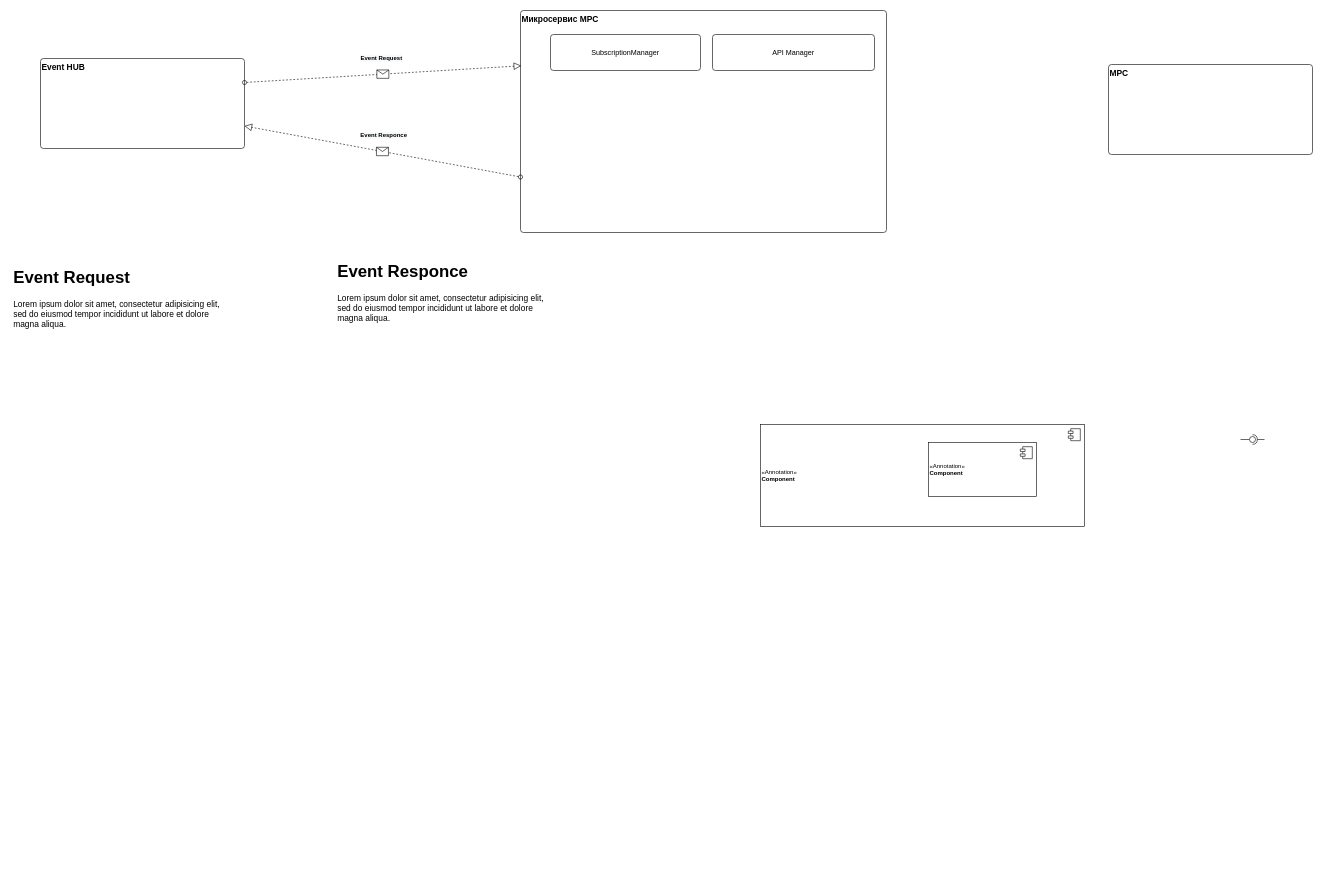
jwkig/expApi keeps this draw.io diagram as page "Проработка микросервиса" (5 of 7) of ExpApiSchematics.drawio. Above is the earlier version. Source tidied: cells renumbered, new cells numbered last; positions are measured from the earlier drawing's top-left corner, leaving out a move shared by most shapes. Both pictures are drawn from the tidied source at 60%, with x=0, y=0 at pixel (10, 10).
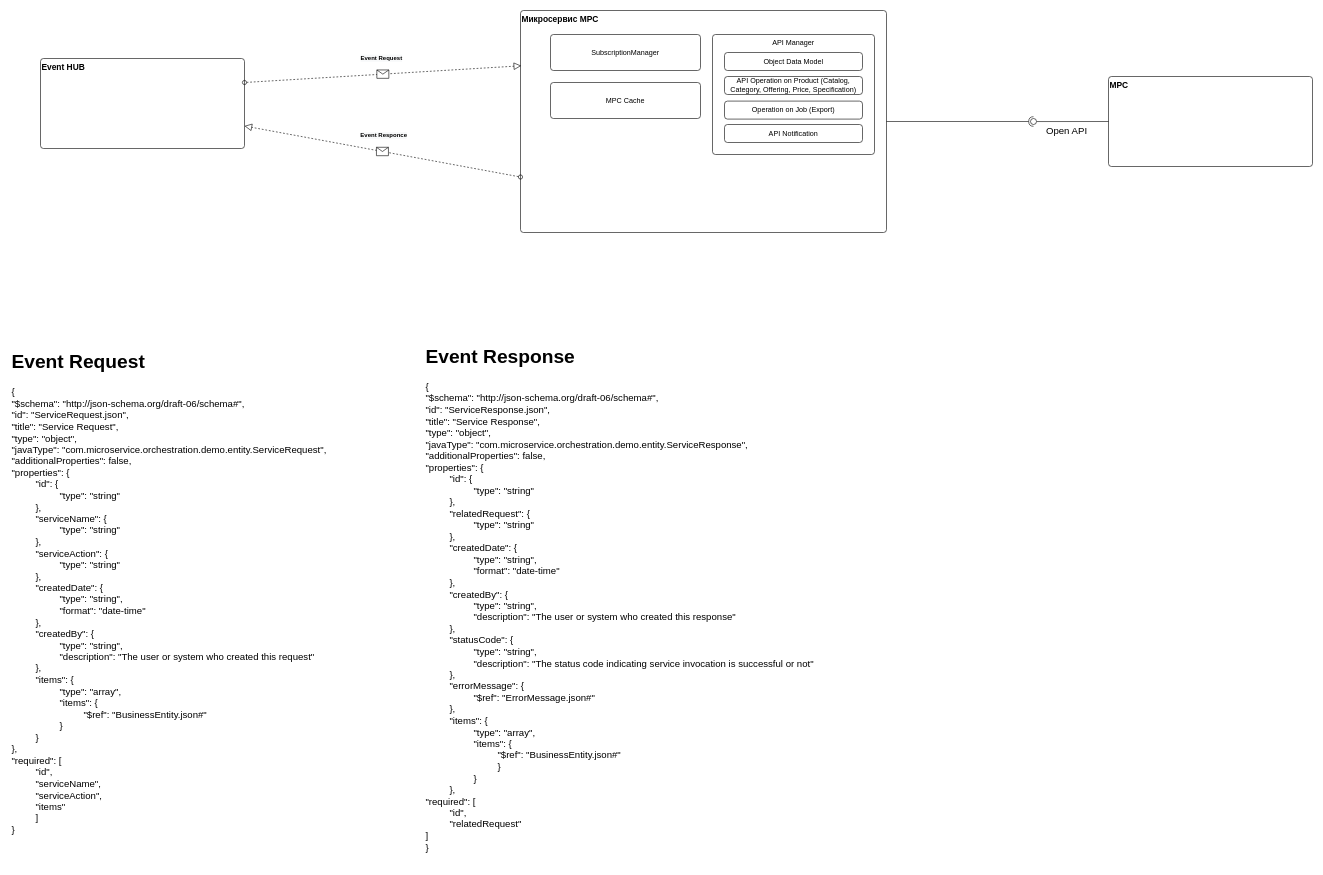
Above is the later version.

Unchanged cells that the change refers to:
```xml
<mxCell id="2" value="Микросервис MPC" style="rounded=1;absoluteArcSize=1;html=1;arcSize=10;verticalAlign=top;align=left;fontSize=14;fontStyle=1;" parent="1" vertex="1">
  <mxGeometry x="850" width="610" height="370" as="geometry" />
</mxCell>
```

Change to the diagram source:
```diff
@@
-    <mxCell id="5" value="API Manager" style="rounded=1;absoluteArcSize=1;html=1;arcSize=10;whiteSpace=wrap;strokeColor=inherit;fillColor=inherit;" parent="2" vertex="1">
-      <mxGeometry x="320" y="40" width="270" height="60" as="geometry" />
+    <mxCell id="5" value="API Manager" style="rounded=1;absoluteArcSize=1;html=1;arcSize=10;whiteSpace=wrap;strokeColor=inherit;fillColor=inherit;verticalAlign=top;" parent="2" vertex="1">
+      <mxGeometry x="320" y="40" width="270" height="200" as="geometry" />
     </mxCell>
+    <mxCell id="25" value="MPC Cache" style="rounded=1;absoluteArcSize=1;html=1;arcSize=10;whiteSpace=wrap;strokeColor=inherit;fillColor=inherit;" parent="2" vertex="1">
+      <mxGeometry x="50" y="120" width="250" height="60" as="geometry" />
+    </mxCell>
+    <mxCell id="26" value="Object Data Model" style="rounded=1;absoluteArcSize=1;html=1;arcSize=10;whiteSpace=wrap;strokeColor=inherit;fillColor=inherit;" parent="2" vertex="1">
+      <mxGeometry x="340" y="70" width="230" height="30" as="geometry" />
+    </mxCell>
+    <mxCell id="27" value="API Operation on Product (Catalog, Category, Offering, Price, Specification)" style="rounded=1;absoluteArcSize=1;html=1;arcSize=10;whiteSpace=wrap;strokeColor=inherit;fillColor=inherit;" parent="2" vertex="1">
+      <mxGeometry x="340" y="110" width="230" height="30" as="geometry" />
+    </mxCell>
+    <mxCell id="28" value="Operation on Job (Export)" style="rounded=1;absoluteArcSize=1;html=1;arcSize=10;whiteSpace=wrap;strokeColor=inherit;fillColor=inherit;" parent="2" vertex="1">
+      <mxGeometry x="340" y="151" width="230" height="30" as="geometry" />
+    </mxCell>
+    <mxCell id="29" value="API Notification" style="rounded=1;absoluteArcSize=1;html=1;arcSize=10;whiteSpace=wrap;strokeColor=inherit;fillColor=inherit;" parent="2" vertex="1">
+      <mxGeometry x="340" y="190" width="230" height="30" as="geometry" />
+    </mxCell>
     <mxCell id="6" value="MPC" style="rounded=1;absoluteArcSize=1;html=1;arcSize=10;verticalAlign=top;align=left;fontSize=14;fontStyle=1;" parent="1" vertex="1">
-      <mxGeometry x="1830" y="90" width="340" height="150" as="geometry" />
+      <mxGeometry x="1830" y="110" width="340" height="150" as="geometry" />
     </mxCell>
@@
-    <mxCell id="10" value="&lt;h1&gt;Event Request&lt;/h1&gt;&lt;p&gt;Lorem ipsum dolor sit amet, consectetur adipisicing elit, sed do eiusmod tempor incididunt ut labore et dolore magna aliqua.&lt;/p&gt;" style="text;html=1;strokeColor=none;fillColor=none;spacing=5;spacingTop=-20;whiteSpace=wrap;overflow=hidden;rounded=0;fontSize=14;fontColor=#000000;align=left;" parent="1" vertex="1">
-      <mxGeometry y="420" width="370" height="590" as="geometry" />
-    </mxCell>
-    <mxCell id="11" value="&lt;h1&gt;Event Responce&lt;/h1&gt;&lt;p&gt;Lorem ipsum dolor sit amet, consectetur adipisicing elit, sed do eiusmod tempor incididunt ut labore et dolore magna aliqua.&lt;/p&gt;" style="text;html=1;strokeColor=none;fillColor=none;spacing=5;spacingTop=-20;whiteSpace=wrap;overflow=hidden;rounded=0;fontSize=14;fontColor=#000000;align=left;" parent="1" vertex="1">
-      <mxGeometry x="540" y="410" width="370" height="590" as="geometry" />
-    </mxCell>
@@
-    <mxCell id="18" value="&amp;laquo;Annotation&amp;raquo;&lt;br/&gt;&lt;b&gt;Component&lt;/b&gt;" style="html=1;strokeWidth=1;fontSize=10;fontColor=#000000;align=left;" parent="1" vertex="1">
-      <mxGeometry x="1250" y="690" width="540" height="170" as="geometry" />
-    </mxCell>
-    <mxCell id="19" style="shape=module;jettyWidth=8;jettyHeight=4;" parent="18" vertex="1">
-      <mxGeometry x="1" width="20" height="20" relative="1" as="geometry">
-        <mxPoint x="-27" y="7" as="offset" />
-      </mxGeometry>
-    </mxCell>
-    <mxCell id="20" value="&amp;laquo;Annotation&amp;raquo;&lt;br/&gt;&lt;b&gt;Component&lt;/b&gt;" style="html=1;strokeWidth=1;fontSize=10;fontColor=#000000;align=left;" parent="1" vertex="1">
-      <mxGeometry x="1530" y="720" width="180" height="90" as="geometry" />
-    </mxCell>
-    <mxCell id="21" style="shape=module;jettyWidth=8;jettyHeight=4;" parent="20" vertex="1">
-      <mxGeometry x="1" width="20" height="20" relative="1" as="geometry">
-        <mxPoint x="-27" y="7" as="offset" />
-      </mxGeometry>
-    </mxCell>
-    <mxCell id="22" style="rounded=0;jettySize=auto;html=1;endArrow=none;endFill=0;labelBackgroundColor=#FFFF00;fontSize=10;fontColor=#000000;" parent="1" edge="1" target="24">
-      <mxGeometry relative="1" as="geometry">
-        <mxPoint x="2050" y="715" as="sourcePoint" />
-      </mxGeometry>
-    </mxCell>
-    <mxCell id="23" style="rounded=0;jettySize=auto;html=1;endArrow=halfCircle;endFill=0;entryX=0.5;entryY=0.5;entryDx=0;entryDy=0;endSize=6;strokeWidth=1;labelBackgroundColor=#FFFF00;fontSize=10;fontColor=#000000;" parent="1" edge="1" target="24">
-      <mxGeometry relative="1" as="geometry">
-        <mxPoint x="2090" y="715" as="sourcePoint" />
-      </mxGeometry>
-    </mxCell>
-    <mxCell id="24" style="ellipse;whiteSpace=wrap;html=1;fontFamily=Helvetica;fontSize=12;fontColor=#000000;align=center;strokeColor=#000000;fillColor=#ffffff;points=[];" parent="1" vertex="1">
-      <mxGeometry x="2065" y="710" width="10" height="10" as="geometry" />
-    </mxCell>
+    <mxCell id="30" value="&lt;div&gt;&lt;h1&gt;Event Request&lt;/h1&gt;&lt;/div&gt;&lt;div&gt;{&lt;/div&gt;&lt;div&gt;&lt;span&gt; &lt;/span&gt;&quot;$schema&quot;: &quot;http://json-schema.org/draft-06/schema#&quot;,&lt;/div&gt;&lt;div&gt;&lt;span&gt; &lt;/span&gt;&quot;id&quot;: &quot;ServiceRequest.json&quot;,&lt;/div&gt;&lt;div&gt;&lt;span&gt; &lt;/span&gt;&quot;title&quot;: &quot;Service Request&quot;,&lt;/div&gt;&lt;div&gt;&lt;span&gt; &lt;/span&gt;&quot;type&quot;: &quot;object&quot;,&lt;/div&gt;&lt;div&gt;&lt;span&gt; &lt;/span&gt;&quot;javaType&quot;: &quot;com.microservice.orchestration.demo.entity.ServiceRequest&quot;,&lt;/div&gt;&lt;div&gt;&lt;span&gt; &lt;/span&gt;&quot;additionalProperties&quot;: false,&lt;/div&gt;&lt;div&gt;&lt;span&gt; &lt;/span&gt;&quot;properties&quot;: {&lt;/div&gt;&lt;blockquote style=&quot;margin: 0 0 0 40px ; border: none ; padding: 0px&quot;&gt;&lt;div&gt;&quot;id&quot;: {&lt;/div&gt;&lt;/blockquote&gt;&lt;blockquote style=&quot;margin: 0 0 0 40px ; border: none ; padding: 0px&quot;&gt;&lt;blockquote style=&quot;margin: 0 0 0 40px ; border: none ; padding: 0px&quot;&gt;&lt;div&gt;&quot;type&quot;: &quot;string&quot;&lt;/div&gt;&lt;/blockquote&gt;&lt;/blockquote&gt;&lt;blockquote style=&quot;margin: 0 0 0 40px ; border: none ; padding: 0px&quot;&gt;&lt;div&gt;},&lt;/div&gt;&lt;/blockquote&gt;&lt;blockquote style=&quot;margin: 0 0 0 40px ; border: none ; padding: 0px&quot;&gt;&lt;div&gt;&quot;serviceName&quot;: {&lt;/div&gt;&lt;/blockquote&gt;&lt;blockquote style=&quot;margin: 0 0 0 40px ; border: none ; padding: 0px&quot;&gt;&lt;blockquote style=&quot;margin: 0 0 0 40px ; border: none ; padding: 0px&quot;&gt;&lt;div&gt;&quot;type&quot;: &quot;string&quot;&lt;/div&gt;&lt;/blockquote&gt;&lt;/blockquote&gt;&lt;blockquote style=&quot;margin: 0 0 0 40px ; border: none ; padding: 0px&quot;&gt;&lt;div&gt;},&lt;/div&gt;&lt;div&gt;&quot;serviceAction&quot;: {&lt;/div&gt;&lt;/blockquote&gt;&lt;blockquote style=&quot;margin: 0 0 0 40px ; border: none ; padding: 0px&quot;&gt;&lt;blockquote style=&quot;margin: 0 0 0 40px ; border: none ; padding: 0px&quot;&gt;&lt;div&gt;&quot;type&quot;: &quot;string&quot;&lt;/div&gt;&lt;/blockquote&gt;&lt;/blockquote&gt;&lt;blockquote style=&quot;margin: 0 0 0 40px ; border: none ; padding: 0px&quot;&gt;&lt;div&gt;},&lt;/div&gt;&lt;div&gt;&quot;createdDate&quot;: {&lt;/div&gt;&lt;/blockquote&gt;&lt;blockquote style=&quot;margin: 0 0 0 40px ; border: none ; padding: 0px&quot;&gt;&lt;blockquote style=&quot;margin: 0 0 0 40px ; border: none ; padding: 0px&quot;&gt;&lt;div&gt;&quot;type&quot;: &quot;string&quot;,&lt;/div&gt;&lt;/blockquote&gt;&lt;blockquote style=&quot;margin: 0 0 0 40px ; border: none ; padding: 0px&quot;&gt;&lt;div&gt;&quot;format&quot;: &quot;date-time&quot;&lt;/div&gt;&lt;/blockquote&gt;&lt;/blockquote&gt;&lt;blockquote style=&quot;margin: 0 0 0 40px ; border: none ; padding: 0px&quot;&gt;&lt;div&gt;},&lt;/div&gt;&lt;div&gt;&quot;createdBy&quot;: {&lt;/div&gt;&lt;/blockquote&gt;&lt;blockquote style=&quot;margin: 0 0 0 40px ; border: none ; padding: 0px&quot;&gt;&lt;blockquote style=&quot;margin: 0 0 0 40px ; border: none ; padding: 0px&quot;&gt;&lt;div&gt;&quot;type&quot;: &quot;string&quot;,&lt;/div&gt;&lt;/blockquote&gt;&lt;blockquote style=&quot;margin: 0 0 0 40px ; border: none ; padding: 0px&quot;&gt;&lt;div&gt;&quot;description&quot;: &quot;The user or system who created this request&quot;&lt;/div&gt;&lt;/blockquote&gt;&lt;/blockquote&gt;&lt;blockquote style=&quot;margin: 0 0 0 40px ; border: none ; padding: 0px&quot;&gt;&lt;div&gt;},&lt;/div&gt;&lt;div&gt;&quot;items&quot;: {&lt;/div&gt;&lt;/blockquote&gt;&lt;blockquote style=&quot;margin: 0 0 0 40px ; border: none ; padding: 0px&quot;&gt;&lt;blockquote style=&quot;margin: 0 0 0 40px ; border: none ; padding: 0px&quot;&gt;&lt;div&gt;&quot;type&quot;: &quot;array&quot;,&lt;/div&gt;&lt;/blockquote&gt;&lt;blockquote style=&quot;margin: 0 0 0 40px ; border: none ; padding: 0px&quot;&gt;&lt;div&gt;&quot;items&quot;: {&lt;/div&gt;&lt;/blockquote&gt;&lt;/blockquote&gt;&lt;blockquote style=&quot;margin: 0 0 0 40px ; border: none ; padding: 0px&quot;&gt;&lt;blockquote style=&quot;margin: 0 0 0 40px ; border: none ; padding: 0px&quot;&gt;&lt;blockquote style=&quot;margin: 0 0 0 40px ; border: none ; padding: 0px&quot;&gt;&lt;div&gt;&quot;$ref&quot;: &quot;BusinessEntity.json#&quot;&lt;/div&gt;&lt;/blockquote&gt;&lt;/blockquote&gt;&lt;/blockquote&gt;&lt;blockquote style=&quot;margin: 0 0 0 40px ; border: none ; padding: 0px&quot;&gt;&lt;blockquote style=&quot;margin: 0 0 0 40px ; border: none ; padding: 0px&quot;&gt;&lt;div&gt;}&lt;/div&gt;&lt;/blockquote&gt;&lt;/blockquote&gt;&lt;blockquote style=&quot;margin: 0 0 0 40px ; border: none ; padding: 0px&quot;&gt;&lt;div&gt;}&lt;/div&gt;&lt;/blockquote&gt;&lt;div&gt;&lt;span&gt; &lt;/span&gt;},&lt;/div&gt;&lt;div&gt;&lt;span&gt; &lt;/span&gt;&quot;required&quot;: [&lt;/div&gt;&lt;blockquote style=&quot;margin: 0 0 0 40px ; border: none ; padding: 0px&quot;&gt;&lt;div&gt;&quot;id&quot;,&lt;/div&gt;&lt;div&gt;&quot;serviceName&quot;,&lt;/div&gt;&lt;div&gt;&quot;serviceAction&quot;,&lt;/div&gt;&lt;div&gt;&quot;items&quot;&lt;/div&gt;&lt;div&gt;]&lt;/div&gt;&lt;/blockquote&gt;&lt;div&gt;}&lt;/div&gt;" style="text;html=1;strokeColor=none;fillColor=none;align=left;verticalAlign=middle;whiteSpace=wrap;rounded=0;fontSize=16;fontColor=#000000;" parent="1" vertex="1">
+      <mxGeometry y="540" width="780" height="840" as="geometry" />
+    </mxCell>
+    <mxCell id="31" style="rounded=0;jettySize=auto;html=1;endArrow=none;endFill=0;labelBackgroundColor=#FFFF00;fontSize=16;fontColor=#000000;exitX=0;exitY=0.5;exitDx=0;exitDy=0;" parent="1" edge="1" source="6" target="34">
+      <mxGeometry relative="1" as="geometry" />
+    </mxCell>
+    <mxCell id="32" value="Open API" style="edgeLabel;html=1;align=center;verticalAlign=middle;fontSize=16;fontColor=#000000;" parent="31" vertex="1">
+      <mxGeometry x="0.46" y="2" relative="1" as="geometry">
+        <mxPoint x="17.2" y="13" as="offset" />
+      </mxGeometry>
+    </mxCell>
+    <mxCell id="33" style="rounded=0;jettySize=auto;html=1;endArrow=halfCircle;endFill=0;entryX=0.5;entryY=0.5;entryDx=0;entryDy=0;endSize=6;strokeWidth=1;labelBackgroundColor=#FFFF00;fontSize=16;fontColor=#000000;exitX=1;exitY=0.5;exitDx=0;exitDy=0;" parent="1" edge="1" source="2" target="34">
+      <mxGeometry relative="1" as="geometry" />
+    </mxCell>
+    <mxCell id="34" style="ellipse;whiteSpace=wrap;html=1;fontFamily=Helvetica;fontSize=12;fontColor=#000000;align=center;strokeColor=#000000;fillColor=#ffffff;points=[];rounded=0;" parent="1" vertex="1">
+      <mxGeometry x="1700" y="180" width="10" height="10" as="geometry" />
+    </mxCell>
+    <mxCell id="35" value="&lt;div&gt;&lt;h1&gt;Event Response&lt;/h1&gt;&lt;/div&gt;&lt;div&gt;&lt;div&gt;{&lt;/div&gt;&lt;div&gt;&lt;span&gt; &lt;/span&gt;&quot;$schema&quot;: &quot;http://json-schema.org/draft-06/schema#&quot;,&lt;/div&gt;&lt;div&gt;&lt;span&gt; &lt;/span&gt;&quot;id&quot;: &quot;ServiceResponse.json&quot;,&lt;/div&gt;&lt;div&gt;&lt;span&gt; &lt;/span&gt;&quot;title&quot;: &quot;Service Response&quot;,&lt;/div&gt;&lt;div&gt;&lt;span&gt; &lt;/span&gt;&quot;type&quot;: &quot;object&quot;,&lt;/div&gt;&lt;div&gt;&lt;span&gt; &lt;/span&gt;&quot;javaType&quot;: &quot;com.microservice.orchestration.demo.entity.ServiceResponse&quot;,&lt;/div&gt;&lt;div&gt;&lt;span&gt; &lt;/span&gt;&quot;additionalProperties&quot;: false,&lt;/div&gt;&lt;div&gt;&lt;span&gt; &lt;/span&gt;&quot;properties&quot;: {&lt;/div&gt;&lt;/div&gt;&lt;blockquote style=&quot;margin: 0 0 0 40px ; border: none ; padding: 0px&quot;&gt;&lt;div&gt;&lt;div&gt;&quot;id&quot;: {&lt;/div&gt;&lt;/div&gt;&lt;/blockquote&gt;&lt;blockquote style=&quot;margin: 0 0 0 40px ; border: none ; padding: 0px&quot;&gt;&lt;blockquote style=&quot;margin: 0 0 0 40px ; border: none ; padding: 0px&quot;&gt;&lt;div&gt;&lt;div&gt;&quot;type&quot;: &quot;string&quot;&lt;/div&gt;&lt;/div&gt;&lt;/blockquote&gt;&lt;/blockquote&gt;&lt;blockquote style=&quot;margin: 0 0 0 40px ; border: none ; padding: 0px&quot;&gt;&lt;div&gt;&lt;div&gt;},&lt;/div&gt;&lt;/div&gt;&lt;div&gt;&lt;div&gt;&quot;relatedRequest&quot;: {&lt;/div&gt;&lt;/div&gt;&lt;/blockquote&gt;&lt;blockquote style=&quot;margin: 0 0 0 40px ; border: none ; padding: 0px&quot;&gt;&lt;blockquote style=&quot;margin: 0 0 0 40px ; border: none ; padding: 0px&quot;&gt;&lt;div&gt;&lt;div&gt;&quot;type&quot;: &quot;string&quot;&lt;/div&gt;&lt;/div&gt;&lt;/blockquote&gt;&lt;/blockquote&gt;&lt;blockquote style=&quot;margin: 0 0 0 40px ; border: none ; padding: 0px&quot;&gt;&lt;div&gt;&lt;div&gt;},&lt;/div&gt;&lt;/div&gt;&lt;div&gt;&lt;div&gt;&quot;createdDate&quot;: {&lt;/div&gt;&lt;/div&gt;&lt;/blockquote&gt;&lt;blockquote style=&quot;margin: 0 0 0 40px ; border: none ; padding: 0px&quot;&gt;&lt;blockquote style=&quot;margin: 0 0 0 40px ; border: none ; padding: 0px&quot;&gt;&lt;div&gt;&lt;div&gt;&quot;type&quot;: &quot;string&quot;,&lt;/div&gt;&lt;/div&gt;&lt;/blockquote&gt;&lt;blockquote style=&quot;margin: 0 0 0 40px ; border: none ; padding: 0px&quot;&gt;&lt;div&gt;&lt;div&gt;&quot;format&quot;: &quot;date-time&quot;&lt;/div&gt;&lt;/div&gt;&lt;/blockquote&gt;&lt;/blockquote&gt;&lt;blockquote style=&quot;margin: 0 0 0 40px ; border: none ; padding: 0px&quot;&gt;&lt;div&gt;&lt;div&gt;},&lt;/div&gt;&lt;/div&gt;&lt;div&gt;&lt;div&gt;&quot;createdBy&quot;: {&lt;/div&gt;&lt;/div&gt;&lt;/blockquote&gt;&lt;blockquote style=&quot;margin: 0 0 0 40px ; border: none ; padding: 0px&quot;&gt;&lt;blockquote style=&quot;margin: 0 0 0 40px ; border: none ; padding: 0px&quot;&gt;&lt;div&gt;&lt;div&gt;&quot;type&quot;: &quot;string&quot;,&lt;/div&gt;&lt;/div&gt;&lt;/blockquote&gt;&lt;blockquote style=&quot;margin: 0 0 0 40px ; border: none ; padding: 0px&quot;&gt;&lt;div&gt;&lt;div&gt;&quot;description&quot;: &quot;The user or system who created this response&quot;&lt;/div&gt;&lt;/div&gt;&lt;/blockquote&gt;&lt;/blockquote&gt;&lt;blockquote style=&quot;margin: 0 0 0 40px ; border: none ; padding: 0px&quot;&gt;&lt;div&gt;&lt;div&gt;},&lt;/div&gt;&lt;/div&gt;&lt;div&gt;&lt;div&gt;&quot;statusCode&quot;: {&lt;/div&gt;&lt;/div&gt;&lt;/blockquote&gt;&lt;blockquote style=&quot;margin: 0 0 0 40px ; border: none ; padding: 0px&quot;&gt;&lt;blockquote style=&quot;margin: 0 0 0 40px ; border: none ; padding: 0px&quot;&gt;&lt;div&gt;&lt;div&gt;&quot;type&quot;: &quot;string&quot;,&lt;/div&gt;&lt;/div&gt;&lt;/blockquote&gt;&lt;blockquote style=&quot;margin: 0 0 0 40px ; border: none ; padding: 0px&quot;&gt;&lt;div&gt;&lt;div&gt;&quot;description&quot;: &quot;The status code indicating service invocation is successful or not&quot;&lt;/div&gt;&lt;/div&gt;&lt;/blockquote&gt;&lt;/blockquote&gt;&lt;blockquote style=&quot;margin: 0 0 0 40px ; border: none ; padding: 0px&quot;&gt;&lt;div&gt;&lt;div&gt;},&lt;/div&gt;&lt;/div&gt;&lt;div&gt;&lt;div&gt;&quot;errorMessage&quot;: {&lt;/div&gt;&lt;/div&gt;&lt;/blockquote&gt;&lt;blockquote style=&quot;margin: 0 0 0 40px ; border: none ; padding: 0px&quot;&gt;&lt;blockquote style=&quot;margin: 0 0 0 40px ; border: none ; padding: 0px&quot;&gt;&lt;div&gt;&lt;div&gt;&quot;$ref&quot;: &quot;ErrorMessage.json#&quot;&lt;/div&gt;&lt;/div&gt;&lt;/blockquote&gt;&lt;/blockquote&gt;&lt;blockquote style=&quot;margin: 0 0 0 40px ; border: none ; padding: 0px&quot;&gt;&lt;div&gt;&lt;div&gt;},&lt;/div&gt;&lt;/div&gt;&lt;div&gt;&lt;div&gt;&quot;items&quot;: {&lt;/div&gt;&lt;/div&gt;&lt;blockquote style=&quot;margin: 0 0 0 40px ; border: none ; padding: 0px&quot;&gt;&lt;div&gt;&lt;div&gt;&quot;type&quot;: &quot;array&quot;,&lt;/div&gt;&lt;/div&gt;&lt;/blockquote&gt;&lt;blockquote style=&quot;margin: 0 0 0 40px ; border: none ; padding: 0px&quot;&gt;&lt;div&gt;&lt;div&gt;&quot;items&quot;: {&lt;/div&gt;&lt;/div&gt;&lt;/blockquote&gt;&lt;blockquote style=&quot;margin: 0 0 0 40px ; border: none ; padding: 0px&quot;&gt;&lt;blockquote style=&quot;margin: 0 0 0 40px ; border: none ; padding: 0px&quot;&gt;&lt;div&gt;&lt;div&gt;&quot;$ref&quot;: &quot;BusinessEntity.json#&quot;&lt;/div&gt;&lt;/div&gt;&lt;/blockquote&gt;&lt;/blockquote&gt;&lt;blockquote style=&quot;margin: 0 0 0 40px ; border: none ; padding: 0px&quot;&gt;&lt;blockquote style=&quot;margin: 0 0 0 40px ; border: none ; padding: 0px&quot;&gt;&lt;div&gt;&lt;div&gt;}&lt;/div&gt;&lt;/div&gt;&lt;/blockquote&gt;&lt;/blockquote&gt;&lt;blockquote style=&quot;margin: 0 0 0 40px ; border: none ; padding: 0px&quot;&gt;&lt;div&gt;&lt;div&gt;}&lt;/div&gt;&lt;/div&gt;&lt;/blockquote&gt;&lt;div&gt;&lt;div&gt;},&lt;/div&gt;&lt;/div&gt;&lt;/blockquote&gt;&lt;div&gt;&lt;div&gt;&lt;span&gt; &lt;/span&gt;&quot;required&quot;: [&lt;/div&gt;&lt;/div&gt;&lt;blockquote style=&quot;margin: 0 0 0 40px ; border: none ; padding: 0px&quot;&gt;&lt;div&gt;&lt;div&gt;&quot;id&quot;,&lt;/div&gt;&lt;/div&gt;&lt;div&gt;&lt;div&gt;&quot;relatedRequest&quot;&lt;/div&gt;&lt;/div&gt;&lt;/blockquote&gt;&lt;div&gt;&lt;div&gt;&lt;span&gt; &lt;/span&gt;]&lt;/div&gt;&lt;div&gt;}&lt;/div&gt;&lt;/div&gt;&lt;div&gt;&lt;br&gt;&lt;/div&gt;" style="text;html=1;strokeColor=none;fillColor=none;align=left;verticalAlign=middle;whiteSpace=wrap;rounded=0;fontSize=16;fontColor=#000000;" parent="1" vertex="1">
+      <mxGeometry x="690" y="560" width="780" height="840" as="geometry" />
+    </mxCell>
```
